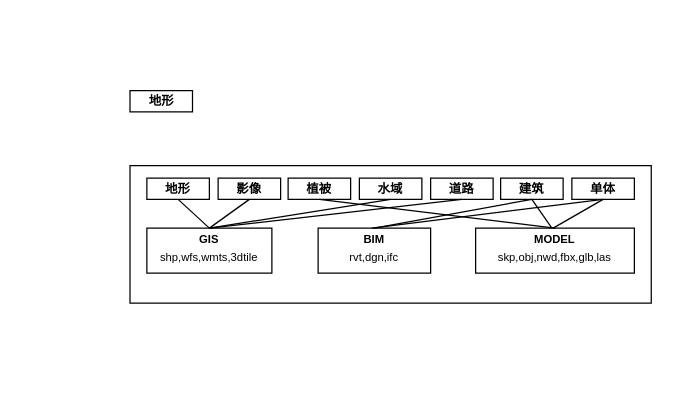
Before: 未命名绘图.drawio in Elden-Niu/personal, a draw.io diagram. Source tidied: cells renumbered, new cells numbered last; positions are measured from the earlier drawing's top-left corner, leaving out a move shared by most shapes. Both pictures are drawn from the tidied source at 125%, with x=0, y=0 at pixel (129, 90).
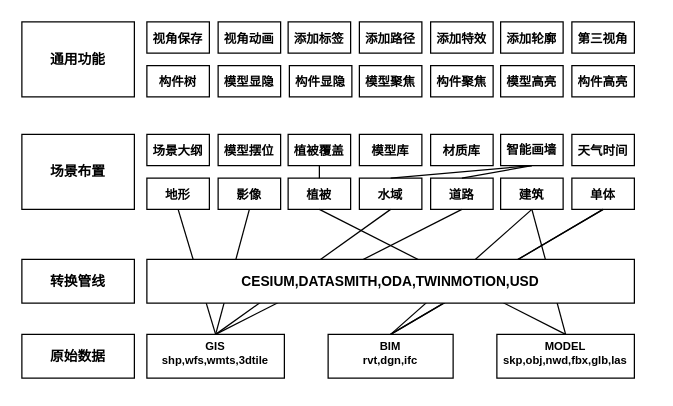
The same page after the edit.

Commit message (it also covers changes not shown here):
更新未命名绘图.drawio

What changed in the source:
```diff
@@
-    <mxCell id="2" style="rounded=0;whiteSpace=wrap;html=1;" parent="1" vertex="1">
-      <mxGeometry x="0.5" y="60" width="417" height="110" as="geometry" />
-    </mxCell>
-    <mxCell id="3" value="&lt;h1 style=&quot;margin-top: 0px; font-size: 9px; line-height: 100%;&quot;&gt;BIM&lt;/h1&gt;&lt;div style=&quot;font-size: 9px; line-height: 100%;&quot;&gt;&lt;font style=&quot;font-size: 9px;&quot;&gt;rvt,dgn,ifc&lt;/font&gt;&lt;/div&gt;" style="text;html=1;whiteSpace=wrap;overflow=hidden;rounded=0;align=center;strokeColor=default;fillColor=none;fontSize=9;spacing=0;" parent="1" vertex="1">
-      <mxGeometry x="151" y="110" width="90" height="36" as="geometry" />
+    <mxCell id="3" value="BIM&#10;rvt,dgn,ifc" style="text;whiteSpace=wrap;overflow=hidden;rounded=0;align=center;strokeColor=default;fillColor=none;fontSize=9;spacing=0;fontStyle=1;" parent="1" vertex="1">
+      <mxGeometry x="159" y="195" width="100" height="35" as="geometry" />
     </mxCell>
-    <mxCell id="4" value="&lt;h1 style=&quot;margin-top: 0px; font-size: 9px; line-height: 100%;&quot;&gt;MODEL&lt;/h1&gt;&lt;div style=&quot;font-size: 9px; line-height: 100%;&quot;&gt;&lt;font style=&quot;font-size: 9px;&quot;&gt;skp,obj,nwd,fbx,glb,las&lt;/font&gt;&lt;/div&gt;" style="text;html=1;whiteSpace=wrap;overflow=hidden;rounded=0;align=center;strokeColor=default;fillColor=none;fontSize=9;spacing=0;" parent="1" vertex="1">
-      <mxGeometry x="277" y="110" width="127" height="36" as="geometry" />
+    <mxCell id="4" value="MODEL&#10;skp,obj,nwd,fbx,glb,las" style="text;whiteSpace=wrap;overflow=hidden;rounded=0;align=center;strokeColor=default;fillColor=none;fontSize=9;spacing=0;fontStyle=1;" parent="1" vertex="1">
+      <mxGeometry x="294" y="195" width="110" height="35" as="geometry" />
     </mxCell>
-    <mxCell id="5" value="&lt;h1 style=&quot;margin-top: 0px; line-height: 100%; font-size: 9px;&quot;&gt;GIS&lt;/h1&gt;&lt;div style=&quot;font-size: 9px; line-height: 100%;&quot;&gt;&lt;span style=&quot;font-size: 9px;&quot;&gt;shp,wfs,wmts,3dtile&lt;/span&gt;&lt;/div&gt;" style="text;html=1;whiteSpace=wrap;overflow=hidden;rounded=0;align=center;strokeColor=default;fillColor=none;fontSize=9;spacing=0;" parent="1" vertex="1">
-      <mxGeometry x="14" y="110" width="100" height="36" as="geometry" />
+    <mxCell id="5" value="GIS&#10;shp,wfs,wmts,3dtile" style="text;whiteSpace=wrap;overflow=hidden;rounded=0;align=center;strokeColor=default;fillColor=none;fontSize=9;spacing=0;fontStyle=1;" parent="1" vertex="1">
+      <mxGeometry x="14" y="195" width="110" height="35" as="geometry" />
     </mxCell>
-    <mxCell id="6" value="&lt;h1 style=&quot;margin-top: 0px; font-size: 10px;&quot;&gt;地形&lt;/h1&gt;" style="text;html=1;whiteSpace=wrap;overflow=hidden;rounded=0;align=center;strokeColor=default;fillColor=none;fontSize=10;labelPosition=center;verticalLabelPosition=middle;verticalAlign=middle;flipH=1;" parent="1" vertex="1">
-      <mxGeometry x="14" y="70" width="50" height="17" as="geometry" />
+    <mxCell id="6" value="地形" style="text;whiteSpace=wrap;overflow=hidden;rounded=0;align=center;strokeColor=default;fillColor=none;fontSize=10;labelPosition=center;verticalLabelPosition=middle;verticalAlign=middle;flipH=1;fontStyle=1;" parent="1" vertex="1">
+      <mxGeometry x="14" y="70" width="50" height="25" as="geometry" />
     </mxCell>
-    <mxCell id="7" value="&lt;h1 style=&quot;margin-top: 0px; font-size: 10px;&quot;&gt;影像&lt;/h1&gt;" style="text;html=1;whiteSpace=wrap;overflow=hidden;rounded=0;align=center;strokeColor=default;fillColor=none;fontSize=10;labelPosition=center;verticalLabelPosition=middle;verticalAlign=middle;flipH=1;" parent="1" vertex="1">
-      <mxGeometry x="71" y="70" width="50" height="17" as="geometry" />
+    <mxCell id="7" value="影像" style="text;whiteSpace=wrap;overflow=hidden;rounded=0;align=center;strokeColor=default;fillColor=none;fontSize=10;labelPosition=center;verticalLabelPosition=middle;verticalAlign=middle;flipH=1;fontStyle=1;" parent="1" vertex="1">
+      <mxGeometry x="71" y="70" width="50" height="25" as="geometry" />
     </mxCell>
-    <mxCell id="8" value="&lt;h1 style=&quot;margin-top: 0px; font-size: 10px;&quot;&gt;道路&lt;/h1&gt;" style="text;html=1;whiteSpace=wrap;overflow=hidden;rounded=0;align=center;strokeColor=default;fillColor=none;fontSize=10;labelPosition=center;verticalLabelPosition=middle;verticalAlign=middle;flipH=1;" parent="1" vertex="1">
-      <mxGeometry x="241" y="70" width="50" height="17" as="geometry" />
+    <mxCell id="8" value="道路" style="text;whiteSpace=wrap;overflow=hidden;rounded=0;align=center;strokeColor=default;fillColor=none;fontSize=10;labelPosition=center;verticalLabelPosition=middle;verticalAlign=middle;flipH=1;fontStyle=1;" parent="1" vertex="1">
+      <mxGeometry x="241" y="70" width="50" height="25" as="geometry" />
     </mxCell>
-    <mxCell id="9" value="&lt;h1 style=&quot;margin-top: 0px; font-size: 10px;&quot;&gt;水域&lt;/h1&gt;" style="text;html=1;whiteSpace=wrap;overflow=hidden;rounded=0;align=center;strokeColor=default;fillColor=none;fontSize=10;labelPosition=center;verticalLabelPosition=middle;verticalAlign=middle;flipH=1;" parent="1" vertex="1">
-      <mxGeometry x="184" y="70" width="50" height="17" as="geometry" />
+    <mxCell id="9" value="水域" style="text;whiteSpace=wrap;overflow=hidden;rounded=0;align=center;strokeColor=default;fillColor=none;fontSize=10;labelPosition=center;verticalLabelPosition=middle;verticalAlign=middle;flipH=1;fontStyle=1;" parent="1" vertex="1">
+      <mxGeometry x="184" y="70" width="50" height="25" as="geometry" />
     </mxCell>
-    <mxCell id="10" value="&lt;h1 style=&quot;margin-top: 0px; font-size: 10px;&quot;&gt;植被&lt;/h1&gt;" style="text;html=1;whiteSpace=wrap;overflow=hidden;rounded=0;align=center;strokeColor=default;fillColor=none;fontSize=10;labelPosition=center;verticalLabelPosition=middle;verticalAlign=middle;flipH=1;" parent="1" vertex="1">
-      <mxGeometry x="127" y="70" width="50" height="17" as="geometry" />
+    <mxCell id="10" value="植被" style="text;whiteSpace=wrap;overflow=hidden;rounded=0;align=center;strokeColor=default;fillColor=none;fontSize=10;labelPosition=center;verticalLabelPosition=middle;verticalAlign=middle;flipH=1;fontStyle=1;" parent="1" vertex="1">
+      <mxGeometry x="127" y="70" width="50" height="25" as="geometry" />
     </mxCell>
-    <mxCell id="11" value="&lt;h1 style=&quot;margin-top: 0px; font-size: 10px;&quot;&gt;建筑&lt;/h1&gt;" style="text;html=1;whiteSpace=wrap;overflow=hidden;rounded=0;align=center;strokeColor=default;fillColor=none;fontSize=10;labelPosition=center;verticalLabelPosition=middle;verticalAlign=middle;flipH=1;" parent="1" vertex="1">
-      <mxGeometry x="297" y="70" width="50" height="17" as="geometry" />
+    <mxCell id="11" value="建筑" style="text;whiteSpace=wrap;overflow=hidden;rounded=0;align=center;strokeColor=default;fillColor=none;fontSize=10;labelPosition=center;verticalLabelPosition=middle;verticalAlign=middle;flipH=1;fontStyle=1;" parent="1" vertex="1">
+      <mxGeometry x="297" y="70" width="50" height="25" as="geometry" />
     </mxCell>
-    <mxCell id="12" value="&lt;h1 style=&quot;margin-top: 0px; font-size: 10px;&quot;&gt;单体&lt;/h1&gt;" style="text;html=1;whiteSpace=wrap;overflow=hidden;rounded=0;align=center;strokeColor=default;fillColor=none;fontSize=10;labelPosition=center;verticalLabelPosition=middle;verticalAlign=middle;flipH=1;" parent="1" vertex="1">
-      <mxGeometry x="354" y="70" width="50" height="17" as="geometry" />
+    <mxCell id="12" value="单体" style="text;whiteSpace=wrap;overflow=hidden;rounded=0;align=center;strokeColor=default;fillColor=none;fontSize=10;labelPosition=center;verticalLabelPosition=middle;verticalAlign=middle;flipH=1;fontStyle=1;" parent="1" vertex="1">
+      <mxGeometry x="354" y="70" width="50" height="25" as="geometry" />
     </mxCell>
-    <mxCell id="13" style="endArrow=none;html=1;rounded=0;entryX=0.5;entryY=1;entryDx=0;entryDy=0;" parent="1" edge="1" target="6">
-      <mxGeometry relative="1" as="geometry">
-        <mxPoint x="64" y="110" as="sourcePoint" />
-      </mxGeometry>
+    <mxCell id="13" style="endArrow=none;html=1;rounded=0;entryX=0.5;entryY=1;entryDx=0;entryDy=0;exitX=0.5;exitY=0;exitDx=0;exitDy=0;" parent="1" edge="1" source="5" target="6">
+      <mxGeometry relative="1" as="geometry" />
     </mxCell>
@@
-    <mxCell id="16" style="endArrow=none;html=1;rounded=0;entryX=0.5;entryY=1;entryDx=0;entryDy=0;exitX=0.5;exitY=0;exitDx=0;exitDy=0;" parent="1" edge="1" target="12">
-      <mxGeometry relative="1" as="geometry">
-        <mxPoint x="194" y="110" as="sourcePoint" />
-      </mxGeometry>
+    <mxCell id="16" style="endArrow=none;html=1;rounded=0;entryX=0.5;entryY=1;entryDx=0;entryDy=0;exitX=0.5;exitY=0;exitDx=0;exitDy=0;" parent="1" edge="1" source="3" target="12">
+      <mxGeometry relative="1" as="geometry" />
     </mxCell>
@@
-    <mxCell id="18" style="endArrow=none;html=1;rounded=0;entryX=0.5;entryY=1;entryDx=0;entryDy=0;exitX=0.5;exitY=0;exitDx=0;exitDy=0;" parent="1" edge="1" target="9">
-      <mxGeometry relative="1" as="geometry">
-        <mxPoint x="64" y="110" as="sourcePoint" />
-      </mxGeometry>
+    <mxCell id="18" style="endArrow=none;html=1;rounded=0;entryX=0.5;entryY=1;entryDx=0;entryDy=0;exitX=0.5;exitY=0;exitDx=0;exitDy=0;" parent="1" edge="1" source="5" target="9">
+      <mxGeometry relative="1" as="geometry" />
     </mxCell>
@@
-    <mxCell id="20" style="endArrow=none;html=1;rounded=0;entryX=0.5;entryY=1;entryDx=0;entryDy=0;exitX=0.5;exitY=0;exitDx=0;exitDy=0;" parent="1" edge="1" target="12">
-      <mxGeometry relative="1" as="geometry">
-        <mxPoint x="339" y="110" as="sourcePoint" />
-      </mxGeometry>
+    <mxCell id="20" style="endArrow=none;html=1;rounded=0;entryX=0.5;entryY=1;entryDx=0;entryDy=0;exitX=0.5;exitY=0;exitDx=0;exitDy=0;" parent="1" edge="1" source="3" target="12">
+      <mxGeometry relative="1" as="geometry" />
     </mxCell>
-    <mxCell id="21" style="endArrow=none;html=1;rounded=0;entryX=0.5;entryY=1;entryDx=0;entryDy=0;exitX=0.5;exitY=0;exitDx=0;exitDy=0;" parent="1" edge="1" target="11">
-      <mxGeometry relative="1" as="geometry">
-        <mxPoint x="338" y="110" as="sourcePoint" />
-      </mxGeometry>
+    <mxCell id="21" style="endArrow=none;html=1;rounded=0;entryX=0.5;entryY=1;entryDx=0;entryDy=0;exitX=0.5;exitY=0;exitDx=0;exitDy=0;" parent="1" edge="1" source="4" target="11">
+      <mxGeometry relative="1" as="geometry" />
     </mxCell>
-    <mxCell id="22" value="&lt;h1 style=&quot;margin-top: 0px; font-size: 10px;&quot;&gt;地形&lt;/h1&gt;" style="text;html=1;whiteSpace=wrap;overflow=hidden;rounded=0;align=center;strokeColor=default;fillColor=none;fontSize=10;labelPosition=center;verticalLabelPosition=middle;verticalAlign=middle;flipH=1;" parent="1" vertex="1">
-      <mxGeometry x="0.5" width="50" height="17" as="geometry" />
-    </mxCell>
+    <mxCell id="23" value="原始数据" style="rounded=0;whiteSpace=wrap;html=1;fontSize=11;fontStyle=1;" parent="1" vertex="1">
+      <mxGeometry x="-86" y="195" width="90" height="35" as="geometry" />
+    </mxCell>
+    <mxCell id="24" value="场景布置" style="rounded=0;whiteSpace=wrap;html=1;fontSize=11;fontStyle=1;" parent="1" vertex="1">
+      <mxGeometry x="-86" y="35" width="90" height="60" as="geometry" />
+    </mxCell>
+    <mxCell id="25" value="模型摆位" style="text;whiteSpace=wrap;overflow=hidden;rounded=0;align=center;strokeColor=default;fillColor=none;fontSize=10;labelPosition=center;verticalLabelPosition=middle;verticalAlign=middle;flipH=1;fontStyle=1;" parent="1" vertex="1">
+      <mxGeometry x="71" y="35" width="50" height="25" as="geometry" />
+    </mxCell>
+    <mxCell id="26" value="智能画墙" style="text;overflow=hidden;rounded=0;align=center;strokeColor=default;fillColor=none;fontSize=10;labelPosition=center;verticalLabelPosition=middle;verticalAlign=middle;flipH=1;fontStyle=1;" parent="1" vertex="1">
+      <mxGeometry x="297" y="35" width="50" height="25" as="geometry" />
+    </mxCell>
+    <mxCell id="27" value="植被覆盖" style="text;whiteSpace=wrap;overflow=hidden;rounded=0;align=center;strokeColor=default;fillColor=none;fontSize=10;labelPosition=center;verticalLabelPosition=middle;verticalAlign=middle;flipH=1;fontStyle=1;" parent="1" vertex="1">
+      <mxGeometry x="127" y="35" width="50" height="25" as="geometry" />
+    </mxCell>
+    <mxCell id="28" value="模型库" style="text;whiteSpace=wrap;overflow=hidden;rounded=0;align=center;strokeColor=default;fillColor=none;fontSize=10;labelPosition=center;verticalLabelPosition=middle;verticalAlign=middle;flipH=1;fontStyle=1;" parent="1" vertex="1">
+      <mxGeometry x="184" y="35" width="50" height="25" as="geometry" />
+    </mxCell>
+    <mxCell id="29" value="材质库" style="text;whiteSpace=wrap;overflow=hidden;rounded=0;align=center;strokeColor=default;fillColor=none;fontSize=10;labelPosition=center;verticalLabelPosition=middle;verticalAlign=middle;flipH=1;fontStyle=1;" parent="1" vertex="1">
+      <mxGeometry x="241" y="35" width="50" height="25" as="geometry" />
+    </mxCell>
+    <mxCell id="30" value="天气时间" style="text;whiteSpace=wrap;overflow=hidden;rounded=0;align=center;strokeColor=default;fillColor=none;fontSize=10;labelPosition=center;verticalLabelPosition=middle;verticalAlign=middle;flipH=1;fontStyle=1;" parent="1" vertex="1">
+      <mxGeometry x="354" y="35" width="50" height="25" as="geometry" />
+    </mxCell>
+    <mxCell id="31" value="视角保存" style="text;whiteSpace=wrap;overflow=hidden;rounded=0;align=center;strokeColor=default;fillColor=none;fontSize=10;labelPosition=center;verticalLabelPosition=middle;verticalAlign=middle;flipH=1;fontStyle=1;" parent="1" vertex="1">
+      <mxGeometry x="14" y="-55" width="50" height="25" as="geometry" />
+    </mxCell>
+    <mxCell id="32" value="通用功能" style="rounded=0;whiteSpace=wrap;fontSize=11;fontStyle=1;" parent="1" vertex="1">
+      <mxGeometry x="-86" y="-55" width="90" height="60" as="geometry" />
+    </mxCell>
+    <mxCell id="33" value="视角动画" style="text;whiteSpace=wrap;overflow=hidden;rounded=0;align=center;strokeColor=default;fillColor=none;fontSize=10;labelPosition=center;verticalLabelPosition=middle;verticalAlign=middle;flipH=1;fontStyle=1;" parent="1" vertex="1">
+      <mxGeometry x="71" y="-55" width="50" height="25" as="geometry" />
+    </mxCell>
+    <mxCell id="34" value="添加标签" style="text;whiteSpace=wrap;overflow=hidden;rounded=0;align=center;strokeColor=default;fillColor=none;fontSize=10;labelPosition=center;verticalLabelPosition=middle;verticalAlign=middle;flipH=1;fontStyle=1;" parent="1" vertex="1">
+      <mxGeometry x="127" y="-55" width="50" height="25" as="geometry" />
+    </mxCell>
+    <mxCell id="35" value="添加路径" style="text;whiteSpace=wrap;overflow=hidden;rounded=0;align=center;strokeColor=default;fillColor=none;fontSize=10;labelPosition=center;verticalLabelPosition=middle;verticalAlign=middle;flipH=1;fontStyle=1;" parent="1" vertex="1">
+      <mxGeometry x="184" y="-55" width="50" height="25" as="geometry" />
+    </mxCell>
+    <mxCell id="36" value="添加特效" style="text;whiteSpace=wrap;overflow=hidden;rounded=0;align=center;strokeColor=default;fillColor=none;fontSize=10;labelPosition=center;verticalLabelPosition=middle;verticalAlign=middle;flipH=1;fontStyle=1;" parent="1" vertex="1">
+      <mxGeometry x="241" y="-55" width="50" height="25" as="geometry" />
+    </mxCell>
+    <mxCell id="37" value="添加轮廓" style="text;whiteSpace=wrap;overflow=hidden;rounded=0;align=center;strokeColor=default;fillColor=none;fontSize=10;labelPosition=center;verticalLabelPosition=middle;verticalAlign=middle;flipH=1;fontStyle=1;" parent="1" vertex="1">
+      <mxGeometry x="297" y="-55" width="50" height="25" as="geometry" />
+    </mxCell>
+    <mxCell id="38" value="第三视角" style="text;whiteSpace=wrap;overflow=hidden;rounded=0;align=center;strokeColor=default;fillColor=none;fontSize=10;labelPosition=center;verticalLabelPosition=middle;verticalAlign=middle;flipH=1;fontStyle=1;" parent="1" vertex="1">
+      <mxGeometry x="354" y="-55" width="50" height="25" as="geometry" />
+    </mxCell>
+    <mxCell id="39" value="模型显隐" style="text;whiteSpace=wrap;overflow=hidden;rounded=0;align=center;strokeColor=default;fillColor=none;fontSize=10;labelPosition=center;verticalLabelPosition=middle;verticalAlign=middle;flipH=1;fontStyle=1;" parent="1" vertex="1">
+      <mxGeometry x="71" y="-20" width="50" height="25" as="geometry" />
+    </mxCell>
+    <mxCell id="40" value="构件显隐" style="text;whiteSpace=wrap;overflow=hidden;rounded=0;align=center;strokeColor=default;fillColor=none;fontSize=10;labelPosition=center;verticalLabelPosition=middle;verticalAlign=middle;flipH=1;fontStyle=1;" parent="1" vertex="1">
+      <mxGeometry x="128" y="-20" width="50" height="25" as="geometry" />
+    </mxCell>
+    <mxCell id="41" value="构件树" style="text;whiteSpace=wrap;overflow=hidden;rounded=0;align=center;strokeColor=default;fillColor=none;fontSize=10;labelPosition=center;verticalLabelPosition=middle;verticalAlign=middle;flipH=1;fontStyle=1;" parent="1" vertex="1">
+      <mxGeometry x="14" y="-20" width="50" height="25" as="geometry" />
+    </mxCell>
+    <mxCell id="42" value="场景大纲" style="text;whiteSpace=wrap;overflow=hidden;rounded=0;align=center;strokeColor=default;fillColor=none;fontSize=10;labelPosition=center;verticalLabelPosition=middle;verticalAlign=middle;flipH=1;fontStyle=1;" parent="1" vertex="1">
+      <mxGeometry x="14" y="35" width="50" height="25" as="geometry" />
+    </mxCell>
+    <mxCell id="43" value="CESIUM,DATASMITH,ODA,TWINMOTION,USD" style="rounded=0;whiteSpace=wrap;html=1;fontSize=11;fontStyle=1;" parent="1" vertex="1">
+      <mxGeometry x="14" y="135" width="390" height="35" as="geometry" />
+    </mxCell>
+    <mxCell id="44" value="转换管线" style="rounded=0;whiteSpace=wrap;html=1;fontSize=11;fontStyle=1;" parent="1" vertex="1">
+      <mxGeometry x="-86" y="135" width="90" height="35" as="geometry" />
+    </mxCell>
+    <mxCell id="45" style="endArrow=none;html=1;rounded=0;entryX=0.5;entryY=1;entryDx=0;entryDy=0;exitX=0.5;exitY=0;exitDx=0;exitDy=0;" parent="1" edge="1" source="9" target="26">
+      <mxGeometry relative="1" as="geometry" />
+    </mxCell>
+    <mxCell id="46" style="endArrow=none;html=1;rounded=0;entryX=0.5;entryY=1;entryDx=0;entryDy=0;exitX=0.5;exitY=0;exitDx=0;exitDy=0;" parent="1" edge="1" source="8" target="26">
+      <mxGeometry relative="1" as="geometry" />
+    </mxCell>
+    <mxCell id="47" style="endArrow=none;html=1;rounded=0;entryX=0.5;entryY=1;entryDx=0;entryDy=0;exitX=0.5;exitY=0;exitDx=0;exitDy=0;" parent="1" edge="1" source="10" target="27">
+      <mxGeometry relative="1" as="geometry" />
+    </mxCell>
+    <mxCell id="48" value="模型聚焦" style="text;whiteSpace=wrap;overflow=hidden;rounded=0;align=center;strokeColor=default;fillColor=none;fontSize=10;labelPosition=center;verticalLabelPosition=middle;verticalAlign=middle;flipH=1;fontStyle=1;" parent="1" vertex="1">
+      <mxGeometry x="184" y="-20" width="50" height="25" as="geometry" />
+    </mxCell>
+    <mxCell id="49" value="构件聚焦" style="text;whiteSpace=wrap;overflow=hidden;rounded=0;align=center;strokeColor=default;fillColor=none;fontSize=10;labelPosition=center;verticalLabelPosition=middle;verticalAlign=middle;flipH=1;fontStyle=1;" parent="1" vertex="1">
+      <mxGeometry x="241" y="-20" width="50" height="25" as="geometry" />
+    </mxCell>
+    <mxCell id="50" value="模型高亮" style="text;whiteSpace=wrap;overflow=hidden;rounded=0;align=center;strokeColor=default;fillColor=none;fontSize=10;labelPosition=center;verticalLabelPosition=middle;verticalAlign=middle;flipH=1;fontStyle=1;" parent="1" vertex="1">
+      <mxGeometry x="297" y="-20" width="50" height="25" as="geometry" />
+    </mxCell>
+    <mxCell id="51" value="构件高亮" style="text;whiteSpace=wrap;overflow=hidden;rounded=0;align=center;strokeColor=default;fillColor=none;fontSize=10;labelPosition=center;verticalLabelPosition=middle;verticalAlign=middle;flipH=1;fontStyle=1;" parent="1" vertex="1">
+      <mxGeometry x="354" y="-20" width="50" height="25" as="geometry" />
+    </mxCell>
```
